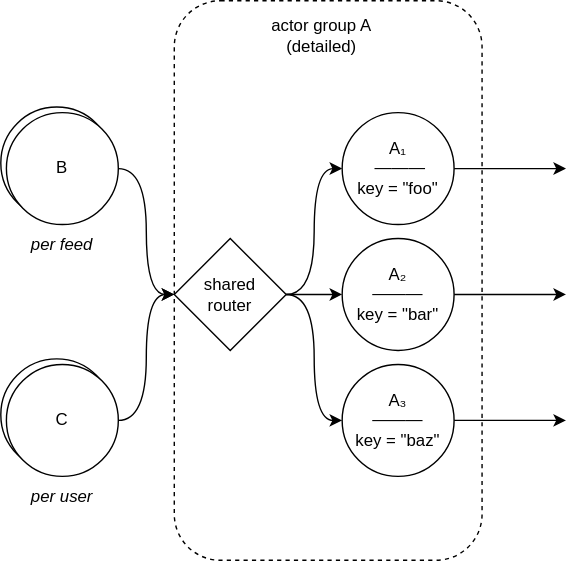
elfo-rs/actoromicon keeps this draw.io diagram as src/assets/actor-group.drawio.svg. Above is the earlier version. Source tidied: cells renumbered, new cells last; positions are measured from the earlier drawing's top-left corner, leaving out a move shared by most shapes.
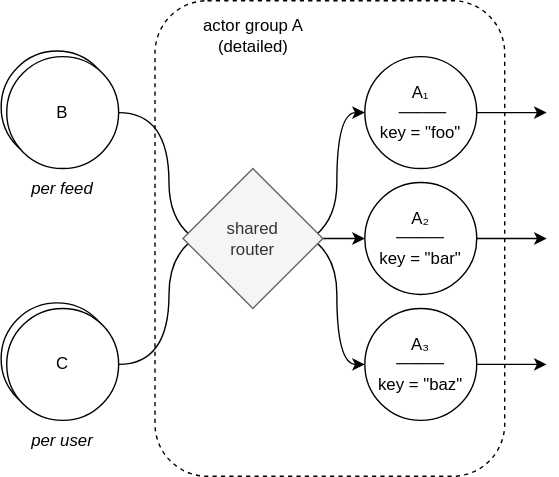
Later version of the same file.

Diff of the diagram source:
```diff
@@ -3,70 +3,78 @@
     <mxCell id="0" />
     <mxCell id="1" parent="0" />
     <mxCell id="2" value="C" style="ellipse;whiteSpace=wrap;html=1;fillColor=default;" parent="1" vertex="1">
-      <mxGeometry y="256" width="80" height="80" as="geometry" />
+      <mxGeometry x="-16" y="256" width="80" height="80" as="geometry" />
     </mxCell>
     <mxCell id="3" value="B₁" style="ellipse;whiteSpace=wrap;html=1;fillColor=default;" parent="1" vertex="1">
-      <mxGeometry y="76" width="80" height="80" as="geometry" />
+      <mxGeometry x="-16" y="76" width="80" height="80" as="geometry" />
     </mxCell>
     <mxCell id="4" style="rounded=1;whiteSpace=wrap;html=1;fillColor=none;dashed=1;" parent="1" vertex="1">
-      <mxGeometry x="124" width="220" height="400" as="geometry" />
+      <mxGeometry x="94" y="40" width="250" height="340" as="geometry" />
     </mxCell>
     <mxCell id="5" style="edgeStyle=orthogonalEdgeStyle;rounded=0;jettySize=auto;html=1;exitX=1;exitY=0.5;exitDx=0;exitDy=0;" parent="1" edge="1" source="6">
       <mxGeometry relative="1" as="geometry">
-        <mxPoint x="404" y="120" as="targetPoint" />
+        <mxPoint x="374" y="120" as="targetPoint" />
       </mxGeometry>
     </mxCell>
-    <mxCell id="6" value="&lt;div&gt;A₁&lt;br&gt;&amp;nbsp;———&lt;/div&gt;key = &quot;foo&quot;" style="ellipse;whiteSpace=wrap;html=1;" parent="1" vertex="1">
+    <mxCell id="6" value="&lt;div&gt;A₁&lt;br&gt;&amp;nbsp;────&lt;/div&gt;key = &quot;foo&quot;" style="ellipse;whiteSpace=wrap;html=1;" parent="1" vertex="1">
       <mxGeometry x="244" y="80" width="80" height="80" as="geometry" />
     </mxCell>
     <mxCell id="7" style="edgeStyle=orthogonalEdgeStyle;rounded=0;jettySize=auto;html=1;exitX=1;exitY=0.5;exitDx=0;exitDy=0;" parent="1" edge="1" source="8">
       <mxGeometry relative="1" as="geometry">
-        <mxPoint x="404" y="210" as="targetPoint" />
+        <mxPoint x="374" y="210" as="targetPoint" />
       </mxGeometry>
     </mxCell>
-    <mxCell id="8" value="&lt;div&gt;A₂&lt;/div&gt;———&lt;br&gt;key = &quot;bar&quot;" style="ellipse;whiteSpace=wrap;html=1;" parent="1" vertex="1">
+    <mxCell id="8" value="&lt;div&gt;A₂&lt;/div&gt;────&lt;br&gt;key = &quot;bar&quot;" style="ellipse;whiteSpace=wrap;html=1;" parent="1" vertex="1">
       <mxGeometry x="244" y="170" width="80" height="80" as="geometry" />
     </mxCell>
     <mxCell id="9" style="edgeStyle=orthogonalEdgeStyle;rounded=0;jettySize=auto;html=1;exitX=1;exitY=0.5;exitDx=0;exitDy=0;" parent="1" edge="1" source="10">
       <mxGeometry relative="1" as="geometry">
-        <mxPoint x="404" y="300" as="targetPoint" />
+        <mxPoint x="374" y="300" as="targetPoint" />
       </mxGeometry>
     </mxCell>
-    <mxCell id="10" value="A₃&lt;br&gt;———&lt;br&gt;key = &quot;baz&quot;" style="ellipse;whiteSpace=wrap;html=1;" parent="1" vertex="1">
+    <mxCell id="10" value="A₃&lt;br&gt;────&lt;br&gt;key = &quot;baz&quot;" style="ellipse;whiteSpace=wrap;html=1;" parent="1" vertex="1">
       <mxGeometry x="244" y="260" width="80" height="80" as="geometry" />
     </mxCell>
     <mxCell id="11" value="actor group A (detailed)" style="text;html=1;strokeColor=none;fillColor=none;align=center;verticalAlign=middle;whiteSpace=wrap;rounded=0;" parent="1" vertex="1">
-      <mxGeometry x="172" y="10" width="115" height="30" as="geometry" />
+      <mxGeometry x="106.5" y="50" width="115" height="30" as="geometry" />
     </mxCell>
-    <mxCell id="12" style="edgeStyle=orthogonalEdgeStyle;curved=1;rounded=0;jettySize=auto;html=1;exitX=1;exitY=0.5;exitDx=0;exitDy=0;entryX=0;entryY=0.5;entryDx=0;entryDy=0;" parent="1" edge="1" source="13" target="19">
-      <mxGeometry relative="1" as="geometry" />
+    <mxCell id="12" style="edgeStyle=orthogonalEdgeStyle;curved=1;rounded=0;jettySize=auto;html=1;exitX=1;exitY=0.5;exitDx=0;exitDy=0;entryX=0;entryY=0.5;entryDx=0;entryDy=0;" parent="1" edge="1" source="13" target="6">
+      <mxGeometry relative="1" as="geometry">
+        <Array as="points">
+          <mxPoint x="104" y="120" />
+          <mxPoint x="104" y="220" />
+          <mxPoint x="224" y="220" />
+          <mxPoint x="224" y="120" />
+        </Array>
+      </mxGeometry>
     </mxCell>
     <mxCell id="13" value="B" style="ellipse;whiteSpace=wrap;html=1;fillColor=default;" parent="1" vertex="1">
-      <mxGeometry x="4" y="80" width="80" height="80" as="geometry" />
+      <mxGeometry x="-12" y="80" width="80" height="80" as="geometry" />
     </mxCell>
-    <mxCell id="14" style="edgeStyle=orthogonalEdgeStyle;curved=1;rounded=0;jettySize=auto;html=1;exitX=1;exitY=0.5;exitDx=0;exitDy=0;entryX=0;entryY=0.5;entryDx=0;entryDy=0;" parent="1" edge="1" source="15" target="19">
-      <mxGeometry relative="1" as="geometry" />
+    <mxCell id="14" style="edgeStyle=orthogonalEdgeStyle;curved=1;rounded=0;jettySize=auto;html=1;exitX=1;exitY=0.5;exitDx=0;exitDy=0;entryX=0;entryY=0.5;entryDx=0;entryDy=0;" parent="1" edge="1" source="15" target="10">
+      <mxGeometry relative="1" as="geometry">
+        <Array as="points">
+          <mxPoint x="104" y="300" />
+          <mxPoint x="104" y="200" />
+          <mxPoint x="224" y="200" />
+          <mxPoint x="224" y="300" />
+        </Array>
+      </mxGeometry>
     </mxCell>
     <mxCell id="15" value="C" style="ellipse;whiteSpace=wrap;html=1;fillColor=default;" parent="1" vertex="1">
-      <mxGeometry x="4" y="260" width="80" height="80" as="geometry" />
+      <mxGeometry x="-12" y="260" width="80" height="80" as="geometry" />
     </mxCell>
-    <mxCell id="16" style="edgeStyle=orthogonalEdgeStyle;rounded=0;jettySize=auto;html=1;exitX=1;exitY=0.5;exitDx=0;exitDy=0;entryX=0;entryY=0.5;entryDx=0;entryDy=0;curved=1;" parent="1" edge="1" source="19" target="6">
-      <mxGeometry relative="1" as="geometry" />
-    </mxCell>
-    <mxCell id="17" style="edgeStyle=orthogonalEdgeStyle;curved=1;rounded=0;jettySize=auto;html=1;exitX=1;exitY=0.5;exitDx=0;exitDy=0;entryX=0;entryY=0.5;entryDx=0;entryDy=0;" parent="1" edge="1" source="19" target="8">
+    <mxCell id="17" style="edgeStyle=orthogonalEdgeStyle;curved=1;rounded=0;jettySize=auto;html=1;entryX=0;entryY=0.5;entryDx=0;entryDy=0;" parent="1" edge="1" source="19" target="8">
       <mxGeometry relative="1" as="geometry" />
     </mxCell>
-    <mxCell id="18" style="edgeStyle=orthogonalEdgeStyle;curved=1;rounded=0;jettySize=auto;html=1;exitX=1;exitY=0.5;exitDx=0;exitDy=0;entryX=0;entryY=0.5;entryDx=0;entryDy=0;" parent="1" edge="1" source="19" target="10">
-      <mxGeometry relative="1" as="geometry" />
-    </mxCell>
-    <mxCell id="19" value="&lt;div&gt;shared&lt;/div&gt;&lt;div&gt;router&lt;/div&gt;" style="rhombus;whiteSpace=wrap;html=1;fillColor=default;" parent="1" vertex="1">
-      <mxGeometry x="124" y="170" width="80" height="80" as="geometry" />
+    <mxCell id="19" value="&lt;div&gt;shared&lt;/div&gt;&lt;div&gt;router&lt;/div&gt;" style="rhombus;whiteSpace=wrap;html=1;fillColor=#f5f5f5;fontColor=#333333;strokeColor=#666666;" parent="1" vertex="1">
+      <mxGeometry x="114" y="160" width="100" height="100" as="geometry" />
     </mxCell>
     <mxCell id="20" value="per feed" style="text;html=1;strokeColor=none;fillColor=none;align=center;verticalAlign=middle;whiteSpace=wrap;rounded=0;dashed=1;fontStyle=2;" parent="1" vertex="1">
-      <mxGeometry x="14" y="160" width="60" height="30" as="geometry" />
+      <mxGeometry x="-2" y="160" width="60" height="30" as="geometry" />
     </mxCell>
     <mxCell id="21" value="per user" style="text;html=1;strokeColor=none;fillColor=none;align=center;verticalAlign=middle;whiteSpace=wrap;rounded=0;dashed=1;fontStyle=2;" parent="1" vertex="1">
-      <mxGeometry x="14" y="340" width="60" height="30" as="geometry" />
+      <mxGeometry x="-2" y="340" width="60" height="30" as="geometry" />
     </mxCell>
   </root>
 </mxGraphModel>
```
